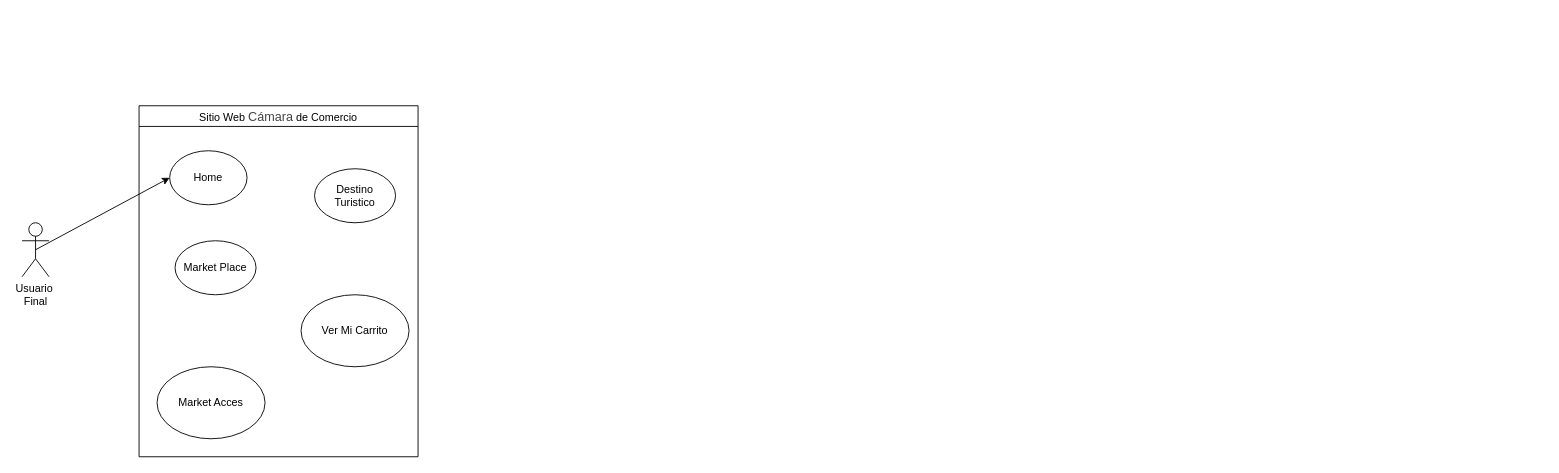
Above: Camcor.drawio in NealD00/Diagramin (draw.io), before the change. Source tidied: cells renumbered, new cells numbered last; positions are measured from the earlier drawing's top-left corner, leaving out a move shared by most shapes. Both pictures are drawn from the tidied source at 90%, with x=0, y=0 at pixel (22, 105).
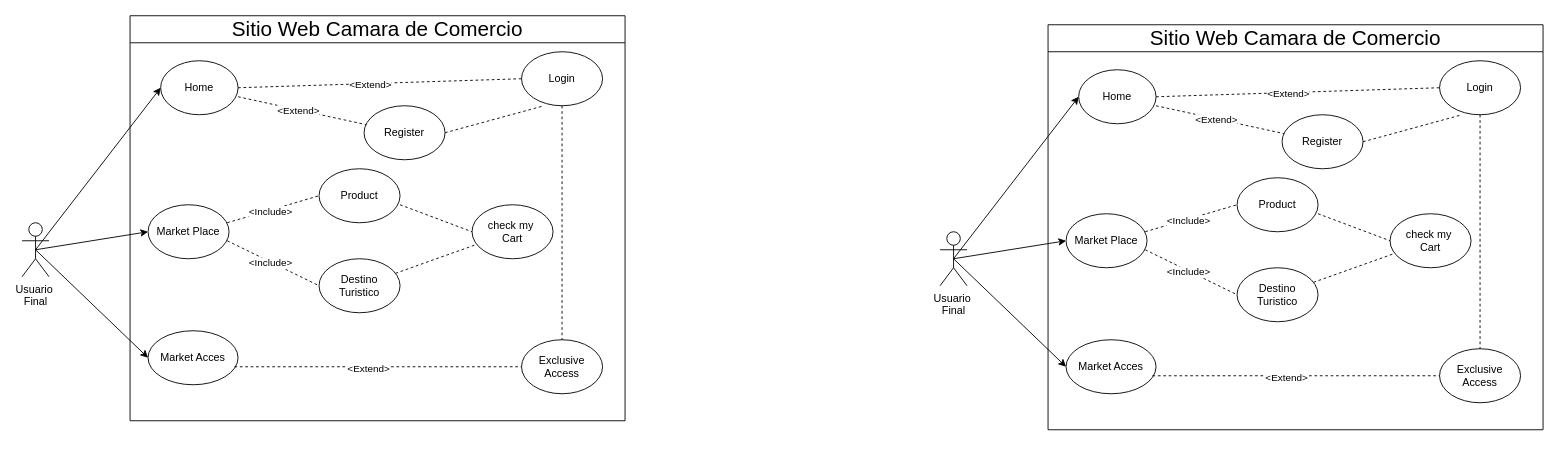
The same diagram, later.

Unchanged cells that the change refers to:
```xml
<mxCell id="4" value="Home" style="ellipse;whiteSpace=wrap;html=1;" parent="2" vertex="1">
  <mxGeometry x="34" y="50" width="86" height="60" as="geometry" />
</mxCell>
<mxCell id="8" value="Usuario&amp;nbsp;&lt;div&gt;Final&lt;/div&gt;" style="shape=umlActor;verticalLabelPosition=bottom;verticalAlign=top;html=1;outlineConnect=0;" parent="1" vertex="1">
  <mxGeometry y="130" width="30" height="60" as="geometry" />
</mxCell>
```

Change to the diagram source:
```diff
@@
-    <mxCell id="2" value="&lt;span style=&quot;font-weight: normal;&quot;&gt;Sitio Web&amp;nbsp;&lt;span style=&quot;color: rgb(68, 68, 68); font-family: Arial, Helvetica, sans-serif; font-size: 14px; text-align: left; background-color: rgb(255, 255, 255);&quot;&gt;Cámara&lt;/span&gt;&amp;nbsp;de Comercio&lt;/span&gt;" style="swimlane;whiteSpace=wrap;html=1;" parent="1" vertex="1">
-      <mxGeometry x="130" width="310" height="390" as="geometry" />
+    <mxCell id="2" value="&lt;span style=&quot;font-size: 23px; font-weight: 400;&quot;&gt;Sitio Web Camara de Comercio&lt;/span&gt;" style="swimlane;whiteSpace=wrap;html=1;startSize=30;" parent="1" vertex="1">
+      <mxGeometry x="120" y="-100" width="550" height="450" as="geometry" />
     </mxCell>
     <mxCell id="3" value="Market Acces" style="ellipse;whiteSpace=wrap;html=1;" parent="2" vertex="1">
-      <mxGeometry x="20" y="290" width="120" height="80" as="geometry" />
+      <mxGeometry x="20" y="350" width="100" height="60" as="geometry" />
     </mxCell>
@@
-    <mxCell id="5" value="Ver Mi Carrito" style="ellipse;whiteSpace=wrap;html=1;" parent="2" vertex="1">
-      <mxGeometry x="180" y="210" width="120" height="80" as="geometry" />
+    <mxCell id="5" value="check my&amp;nbsp;&lt;div&gt;Cart&lt;/div&gt;" style="ellipse;whiteSpace=wrap;html=1;" parent="2" vertex="1">
+      <mxGeometry x="380" y="210" width="90" height="60" as="geometry" />
     </mxCell>
     <mxCell id="6" value="Market Place" style="ellipse;whiteSpace=wrap;html=1;" parent="2" vertex="1">
-      <mxGeometry x="40" y="150" width="90" height="60" as="geometry" />
+      <mxGeometry x="20" y="210" width="90" height="60" as="geometry" />
     </mxCell>
+    <mxCell id="10" style="rounded=0;jettySize=auto;html=1;dashed=1;endArrow=none;endFill=0;" parent="2" edge="1" source="7" target="5">
+      <mxGeometry relative="1" as="geometry" />
+    </mxCell>
     <mxCell id="7" value="Destino Turistico" style="ellipse;whiteSpace=wrap;html=1;" parent="2" vertex="1">
-      <mxGeometry x="195" y="70" width="90" height="60" as="geometry" />
+      <mxGeometry x="210" y="270" width="90" height="60" as="geometry" />
     </mxCell>
+    <mxCell id="11" value="Login" style="ellipse;whiteSpace=wrap;html=1;" parent="2" vertex="1">
+      <mxGeometry x="435" y="40" width="90" height="60" as="geometry" />
+    </mxCell>
+    <mxCell id="12" value="Register" style="ellipse;whiteSpace=wrap;html=1;" parent="2" vertex="1">
+      <mxGeometry x="260" y="100" width="90" height="60" as="geometry" />
+    </mxCell>
+    <mxCell id="13" style="endArrow=none;dashed=1;html=1;rounded=0;entryX=0;entryY=0.5;entryDx=0;entryDy=0;exitX=1;exitY=0.5;exitDx=0;exitDy=0;" parent="2" edge="1" source="4" target="11">
+      <mxGeometry relative="1" as="geometry" />
+    </mxCell>
+    <mxCell id="14" value="&amp;lt;Extend&amp;gt;" style="edgeLabel;html=1;align=center;verticalAlign=middle;" parent="13" vertex="1">
+      <mxGeometry x="-0.07" y="-1" relative="1" as="geometry" />
+    </mxCell>
+    <mxCell id="15" style="endArrow=none;dashed=1;html=1;rounded=0;exitX=1;exitY=0.667;exitDx=0;exitDy=0;exitPerimeter=0;" parent="2" edge="1" source="4" target="12">
+      <mxGeometry relative="1" as="geometry" />
+    </mxCell>
+    <mxCell id="16" value="&amp;lt;Extend&amp;gt;" style="edgeLabel;html=1;align=center;verticalAlign=middle;" parent="15" vertex="1">
+      <mxGeometry x="-0.07" y="-1" relative="1" as="geometry" />
+    </mxCell>
+    <mxCell id="17" value="Exclusive Access" style="ellipse;whiteSpace=wrap;html=1;" parent="2" vertex="1">
+      <mxGeometry x="435" y="360" width="90" height="60" as="geometry" />
+    </mxCell>
+    <mxCell id="18" style="endArrow=none;dashed=1;html=1;rounded=0;exitX=0.96;exitY=0.667;exitDx=0;exitDy=0;exitPerimeter=0;entryX=0;entryY=0.5;entryDx=0;entryDy=0;entryPerimeter=0;" parent="2" edge="1" source="3" target="17">
+      <mxGeometry relative="1" as="geometry" />
+    </mxCell>
+    <mxCell id="19" value="&amp;lt;Extend&amp;gt;" style="edgeLabel;html=1;align=center;verticalAlign=middle;" parent="18" vertex="1">
+      <mxGeometry x="-0.07" y="-1" relative="1" as="geometry" />
+    </mxCell>
+    <mxCell id="20" style="endArrow=none;dashed=1;html=1;rounded=0;exitX=0.5;exitY=1;exitDx=0;exitDy=0;entryX=0.5;entryY=0;entryDx=0;entryDy=0;" parent="2" edge="1" source="11" target="17">
+      <mxGeometry relative="1" as="geometry" />
+    </mxCell>
+    <mxCell id="21" style="endArrow=none;dashed=1;html=1;rounded=0;exitX=0.978;exitY=0.667;exitDx=0;exitDy=0;exitPerimeter=0;" parent="2" edge="1" source="6">
+      <mxGeometry relative="1" as="geometry">
+        <mxPoint x="210" y="300" as="targetPoint" />
+      </mxGeometry>
+    </mxCell>
+    <mxCell id="22" value="&amp;lt;Include&amp;gt;" style="edgeLabel;html=1;align=center;verticalAlign=middle;" parent="21" vertex="1">
+      <mxGeometry x="-0.07" y="-1" relative="1" as="geometry" />
+    </mxCell>
+    <mxCell id="23" style="endArrow=none;dashed=1;html=1;rounded=0;exitX=0.978;exitY=0.333;exitDx=0;exitDy=0;exitPerimeter=0;entryX=0;entryY=0.5;entryDx=0;entryDy=0;entryPerimeter=0;" parent="2" edge="1" source="6" target="26">
+      <mxGeometry relative="1" as="geometry" />
+    </mxCell>
+    <mxCell id="24" value="&amp;lt;Include&amp;gt;" style="edgeLabel;html=1;align=center;verticalAlign=middle;" parent="23" vertex="1">
+      <mxGeometry x="-0.07" y="-1" relative="1" as="geometry" />
+    </mxCell>
+    <mxCell id="25" style="endArrow=none;dashed=1;html=1;rounded=0;entryX=0;entryY=0.5;entryDx=0;entryDy=0;entryPerimeter=0;exitX=1;exitY=0.667;exitDx=0;exitDy=0;exitPerimeter=0;" parent="2" edge="1" source="26" target="5">
+      <mxGeometry relative="1" as="geometry" />
+    </mxCell>
+    <mxCell id="26" value="Product" style="ellipse;whiteSpace=wrap;html=1;" parent="2" vertex="1">
+      <mxGeometry x="210" y="170" width="90" height="60" as="geometry" />
+    </mxCell>
+    <mxCell id="27" style="rounded=0;jettySize=auto;html=1;dashed=1;entryX=0.278;entryY=1;entryDx=0;entryDy=0;entryPerimeter=0;exitX=1;exitY=0.5;exitDx=0;exitDy=0;endArrow=none;endFill=0;" parent="2" edge="1" source="12" target="11">
+      <mxGeometry relative="1" as="geometry" />
+    </mxCell>
@@
+    <mxCell id="28" style="endArrow=classic;html=1;rounded=0;entryX=0;entryY=0.5;entryDx=0;entryDy=0;exitX=0.5;exitY=0.5;exitDx=0;exitDy=0;exitPerimeter=0;" parent="1" edge="1" source="8" target="6">
+      <mxGeometry relative="1" as="geometry" />
+    </mxCell>
+    <mxCell id="29" style="endArrow=classic;html=1;rounded=0;entryX=0;entryY=0.5;entryDx=0;entryDy=0;exitX=0.5;exitY=0.5;exitDx=0;exitDy=0;exitPerimeter=0;" parent="1" edge="1" source="8" target="3">
+      <mxGeometry relative="1" as="geometry" />
+    </mxCell>
+    <mxCell id="30" value="&lt;span style=&quot;font-size: 23px; font-weight: 400;&quot;&gt;Sitio Web Camara de Comercio&lt;/span&gt;" style="swimlane;whiteSpace=wrap;html=1;startSize=30;" parent="1" vertex="1">
+      <mxGeometry x="1140" y="-90" width="550" height="450" as="geometry" />
+    </mxCell>
+    <mxCell id="31" value="Market Acces" style="ellipse;whiteSpace=wrap;html=1;" parent="30" vertex="1">
+      <mxGeometry x="20" y="350" width="100" height="60" as="geometry" />
+    </mxCell>
+    <mxCell id="32" value="Home" style="ellipse;whiteSpace=wrap;html=1;" parent="30" vertex="1">
+      <mxGeometry x="34" y="50" width="86" height="60" as="geometry" />
+    </mxCell>
+    <mxCell id="33" value="check my&amp;nbsp;&lt;div&gt;Cart&lt;/div&gt;" style="ellipse;whiteSpace=wrap;html=1;" parent="30" vertex="1">
+      <mxGeometry x="380" y="210" width="90" height="60" as="geometry" />
+    </mxCell>
+    <mxCell id="34" value="Market Place" style="ellipse;whiteSpace=wrap;html=1;" parent="30" vertex="1">
+      <mxGeometry x="20" y="210" width="90" height="60" as="geometry" />
+    </mxCell>
+    <mxCell id="35" style="rounded=0;jettySize=auto;html=1;dashed=1;endArrow=none;endFill=0;" parent="30" edge="1" source="36" target="33">
+      <mxGeometry relative="1" as="geometry" />
+    </mxCell>
+    <mxCell id="36" value="Destino Turistico" style="ellipse;whiteSpace=wrap;html=1;" parent="30" vertex="1">
+      <mxGeometry x="210" y="270" width="90" height="60" as="geometry" />
+    </mxCell>
+    <mxCell id="37" value="Login" style="ellipse;whiteSpace=wrap;html=1;" parent="30" vertex="1">
+      <mxGeometry x="435" y="40" width="90" height="60" as="geometry" />
+    </mxCell>
+    <mxCell id="38" value="Register" style="ellipse;whiteSpace=wrap;html=1;" parent="30" vertex="1">
+      <mxGeometry x="260" y="100" width="90" height="60" as="geometry" />
+    </mxCell>
+    <mxCell id="39" style="endArrow=none;dashed=1;html=1;rounded=0;entryX=0;entryY=0.5;entryDx=0;entryDy=0;exitX=1;exitY=0.5;exitDx=0;exitDy=0;" parent="30" edge="1" source="32" target="37">
+      <mxGeometry relative="1" as="geometry" />
+    </mxCell>
+    <mxCell id="40" value="&amp;lt;Extend&amp;gt;" style="edgeLabel;html=1;align=center;verticalAlign=middle;" parent="39" vertex="1">
+      <mxGeometry x="-0.07" y="-1" relative="1" as="geometry" />
+    </mxCell>
+    <mxCell id="41" style="endArrow=none;dashed=1;html=1;rounded=0;exitX=1;exitY=0.667;exitDx=0;exitDy=0;exitPerimeter=0;" parent="30" edge="1" source="32" target="38">
+      <mxGeometry relative="1" as="geometry" />
+    </mxCell>
+    <mxCell id="42" value="&amp;lt;Extend&amp;gt;" style="edgeLabel;html=1;align=center;verticalAlign=middle;" parent="41" vertex="1">
+      <mxGeometry x="-0.07" y="-1" relative="1" as="geometry" />
+    </mxCell>
+    <mxCell id="43" value="Exclusive Access" style="ellipse;whiteSpace=wrap;html=1;" parent="30" vertex="1">
+      <mxGeometry x="435" y="360" width="90" height="60" as="geometry" />
+    </mxCell>
+    <mxCell id="44" style="endArrow=none;dashed=1;html=1;rounded=0;exitX=0.96;exitY=0.667;exitDx=0;exitDy=0;exitPerimeter=0;entryX=0;entryY=0.5;entryDx=0;entryDy=0;entryPerimeter=0;" parent="30" edge="1" source="31" target="43">
+      <mxGeometry relative="1" as="geometry" />
+    </mxCell>
+    <mxCell id="45" value="&amp;lt;Extend&amp;gt;" style="edgeLabel;html=1;align=center;verticalAlign=middle;" parent="44" vertex="1">
+      <mxGeometry x="-0.07" y="-1" relative="1" as="geometry" />
+    </mxCell>
+    <mxCell id="46" style="endArrow=none;dashed=1;html=1;rounded=0;exitX=0.5;exitY=1;exitDx=0;exitDy=0;entryX=0.5;entryY=0;entryDx=0;entryDy=0;" parent="30" edge="1" source="37" target="43">
+      <mxGeometry relative="1" as="geometry" />
+    </mxCell>
+    <mxCell id="47" style="endArrow=none;dashed=1;html=1;rounded=0;exitX=0.978;exitY=0.667;exitDx=0;exitDy=0;exitPerimeter=0;" parent="30" edge="1" source="34">
+      <mxGeometry relative="1" as="geometry">
+        <mxPoint x="210" y="300" as="targetPoint" />
+      </mxGeometry>
+    </mxCell>
+    <mxCell id="48" value="&amp;lt;Include&amp;gt;" style="edgeLabel;html=1;align=center;verticalAlign=middle;" parent="47" vertex="1">
+      <mxGeometry x="-0.07" y="-1" relative="1" as="geometry" />
+    </mxCell>
+    <mxCell id="49" style="endArrow=none;dashed=1;html=1;rounded=0;exitX=0.978;exitY=0.333;exitDx=0;exitDy=0;exitPerimeter=0;entryX=0;entryY=0.5;entryDx=0;entryDy=0;entryPerimeter=0;" parent="30" edge="1" source="34" target="52">
+      <mxGeometry relative="1" as="geometry" />
+    </mxCell>
+    <mxCell id="50" value="&amp;lt;Include&amp;gt;" style="edgeLabel;html=1;align=center;verticalAlign=middle;" parent="49" vertex="1">
+      <mxGeometry x="-0.07" y="-1" relative="1" as="geometry" />
+    </mxCell>
+    <mxCell id="51" style="endArrow=none;dashed=1;html=1;rounded=0;entryX=0;entryY=0.5;entryDx=0;entryDy=0;entryPerimeter=0;exitX=1;exitY=0.667;exitDx=0;exitDy=0;exitPerimeter=0;" parent="30" edge="1" source="52" target="33">
+      <mxGeometry relative="1" as="geometry" />
+    </mxCell>
+    <mxCell id="52" value="Product" style="ellipse;whiteSpace=wrap;html=1;" parent="30" vertex="1">
+      <mxGeometry x="210" y="170" width="90" height="60" as="geometry" />
+    </mxCell>
+    <mxCell id="53" style="rounded=0;jettySize=auto;html=1;dashed=1;entryX=0.278;entryY=1;entryDx=0;entryDy=0;entryPerimeter=0;exitX=1;exitY=0.5;exitDx=0;exitDy=0;endArrow=none;endFill=0;" parent="30" edge="1" source="38" target="37">
+      <mxGeometry relative="1" as="geometry" />
+    </mxCell>
+    <mxCell id="54" value="Usuario&amp;nbsp;&lt;div&gt;Final&lt;/div&gt;" style="shape=umlActor;verticalLabelPosition=bottom;verticalAlign=top;html=1;outlineConnect=0;" parent="1" vertex="1">
+      <mxGeometry x="1020" y="140" width="30" height="60" as="geometry" />
+    </mxCell>
+    <mxCell id="55" style="endArrow=classic;html=1;rounded=0;entryX=0;entryY=0.5;entryDx=0;entryDy=0;exitX=0.5;exitY=0.5;exitDx=0;exitDy=0;exitPerimeter=0;" parent="1" edge="1" source="54" target="32">
+      <mxGeometry relative="1" as="geometry" />
+    </mxCell>
+    <mxCell id="56" style="endArrow=classic;html=1;rounded=0;entryX=0;entryY=0.5;entryDx=0;entryDy=0;exitX=0.5;exitY=0.5;exitDx=0;exitDy=0;exitPerimeter=0;" parent="1" edge="1" source="54" target="34">
+      <mxGeometry relative="1" as="geometry" />
+    </mxCell>
+    <mxCell id="57" style="endArrow=classic;html=1;rounded=0;entryX=0;entryY=0.5;entryDx=0;entryDy=0;exitX=0.5;exitY=0.5;exitDx=0;exitDy=0;exitPerimeter=0;" parent="1" edge="1" source="54" target="31">
+      <mxGeometry relative="1" as="geometry" />
+    </mxCell>
```
